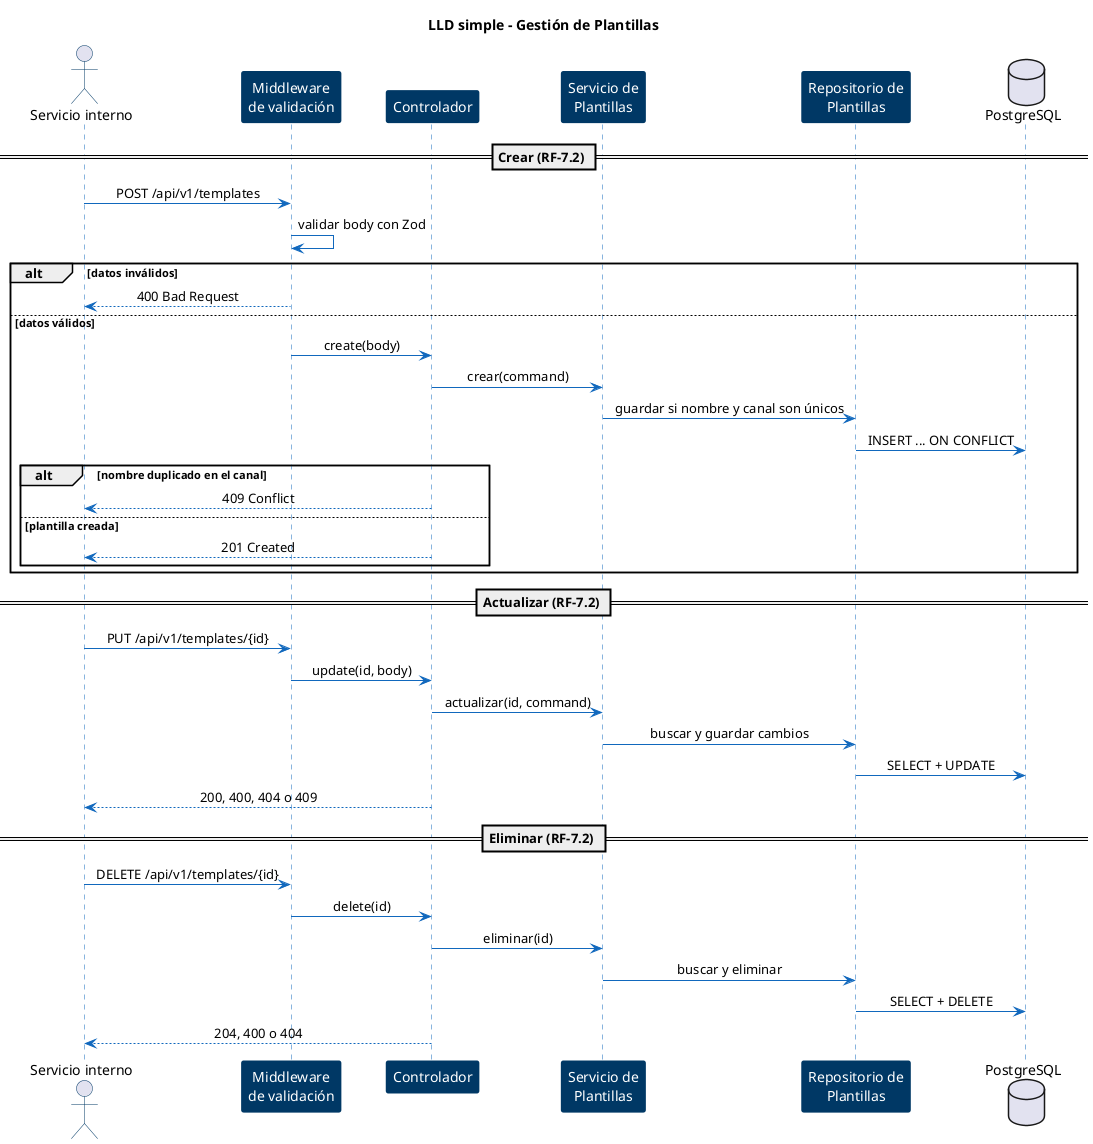
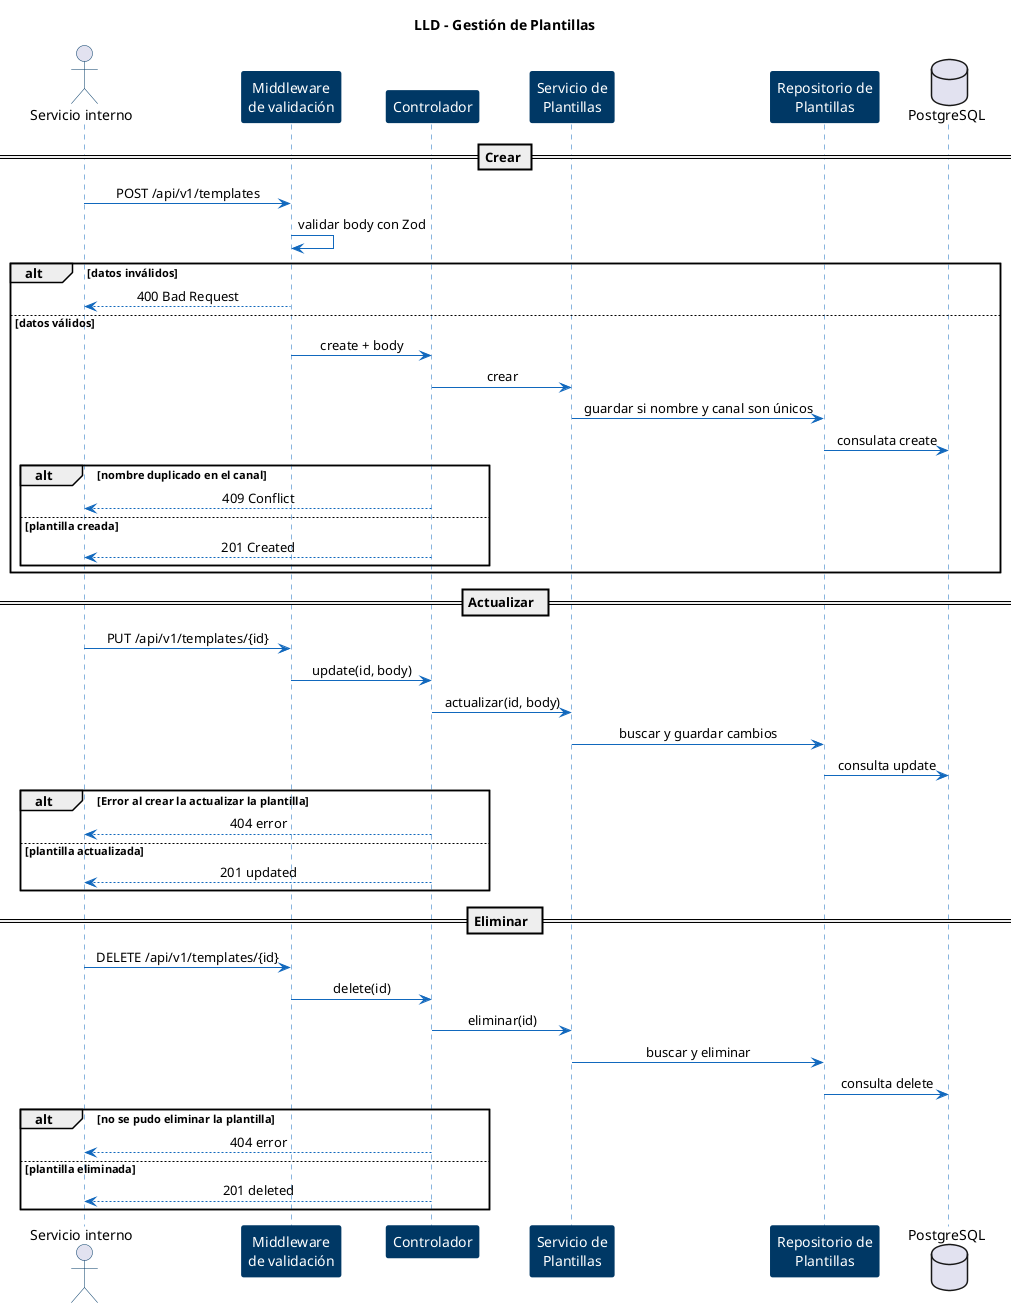
@startuml notificaciones-07-lld-plantillas
skinparam backgroundColor #FFFFFF
skinparam shadowing false
skinparam sequenceMessageAlign center
skinparam sequence {
    ArrowColor #1168BD
    LifeLineBorderColor #1168BD
    ParticipantBorderColor #003865
    ParticipantBackgroundColor #003865
    ParticipantFontColor #FFFFFF
    ActorBorderColor #003865
}

- title LLD simple - Gestión de Plantillas
+ title LLD - Gestión de Plantillas

actor "Servicio interno" as emisor
participant "Middleware\nde validación" as validation
participant "Controlador" as controller
participant "Servicio de\nPlantillas" as service
participant "Repositorio de\nPlantillas" as repository
database "PostgreSQL" as db

- == Crear (RF-7.2) ==
+ == Crear ==
emisor -> validation : POST /api/v1/templates
validation -> validation : validar body con Zod
alt datos inválidos
    validation --> emisor : 400 Bad Request
else datos válidos
-     validation -> controller : create(body)
-     controller -> service : crear(command)
+     validation -> controller : create + body
+     controller -> service : crear
    service -> repository : guardar si nombre y canal son únicos
-     repository -> db : INSERT ... ON CONFLICT
+     repository -> db : consulata create
    alt nombre duplicado en el canal
        controller --> emisor : 409 Conflict
    else plantilla creada
        controller --> emisor : 201 Created
    end
end

- == Actualizar (RF-7.2) ==
+ == Actualizar  ==
emisor -> validation : PUT /api/v1/templates/{id}
validation -> controller : update(id, body)
- controller -> service : actualizar(id, command)
+ controller -> service : actualizar(id, body)
service -> repository : buscar y guardar cambios
- repository -> db : SELECT + UPDATE
- controller --> emisor : 200, 400, 404 o 409
+ repository -> db : consulta update
+     alt Error al crear la actualizar la plantilla
+         controller --> emisor : 404 error
+     else plantilla actualizada
+         controller --> emisor : 201 updated
+     end

- == Eliminar (RF-7.2) ==
+ 
+ == Eliminar  ==
emisor -> validation : DELETE /api/v1/templates/{id}
validation -> controller : delete(id)
controller -> service : eliminar(id)
service -> repository : buscar y eliminar
- repository -> db : SELECT + DELETE
- controller --> emisor : 204, 400 o 404
+ repository -> db : consulta delete
+     alt no se pudo eliminar la plantilla
+         controller --> emisor : 404 error
+     else plantilla eliminada
+         controller --> emisor : 201 deleted
+     end



@enduml
